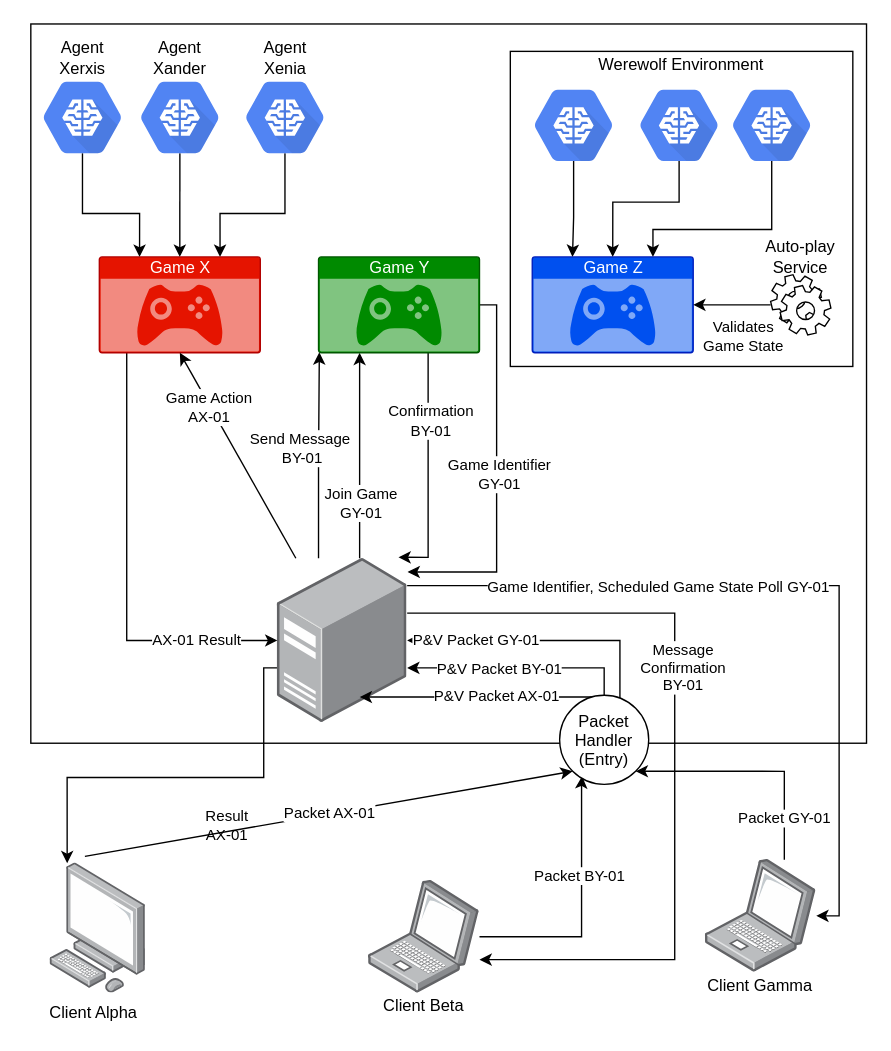
Before: Documentation/Drawio/GeneralArchitecture.drawio in GeorgeVelikov/RLereWolf, a draw.io diagram. Source tidied: cells renumbered, new cells numbered last; positions are measured from the earlier drawing's top-left corner, leaving out a move shared by most shapes. Both pictures are drawn from the tidied source at 137%, with x=0, y=0 at pixel (23, 23).
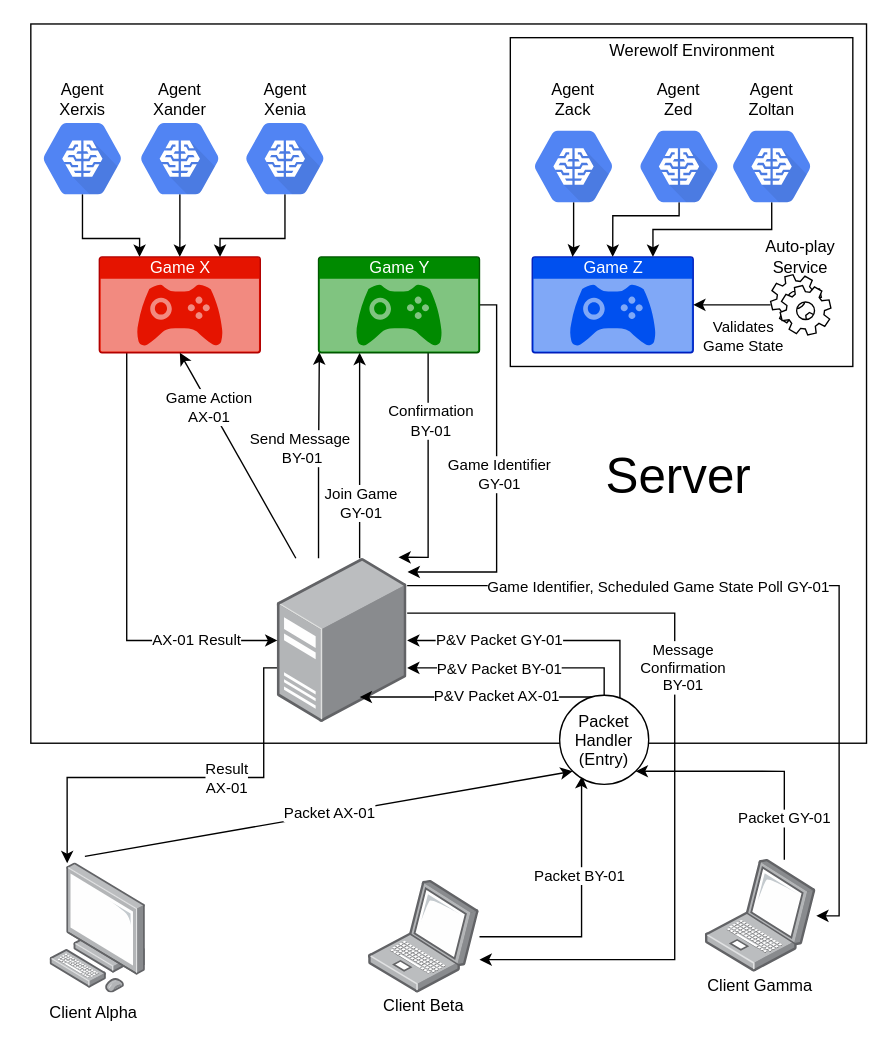
The same diagram, later.

Commit message (it also covers changes not shown here):
add ServerAchitecture, add Pdfs for architectures

Unchanged cells that the change refers to:
```xml
<mxCell id="6" style="edgeStyle=orthogonalEdgeStyle;rounded=0;jettySize=auto;html=1;entryX=0.179;entryY=0;entryDx=0;entryDy=0;entryPerimeter=0;" parent="1" edge="1" source="16" target="17">
  <mxGeometry relative="1" as="geometry">
    <Array as="points">
      <mxPoint x="175" y="470" />
      <mxPoint x="175" y="550" />
      <mxPoint x="31" y="550" />
    </Array>
  </mxGeometry>
</mxCell>
<mxCell id="27" value="Game Z" style="html=1;strokeColor=#001DBC;fillColor=#0050ef;labelPosition=center;verticalLabelPosition=middle;verticalAlign=top;align=center;fontSize=12;outlineConnect=0;spacingTop=-6;shape=mxgraph.sitemap.game;fontColor=#ffffff;" parent="1" vertex="1">
  <mxGeometry x="371" y="170" width="117.5" height="70" as="geometry" />
</mxCell>
<mxCell id="33" style="edgeStyle=orthogonalEdgeStyle;rounded=0;jettySize=auto;html=1;" parent="1" edge="1" source="35" target="16">
  <mxGeometry relative="1" as="geometry">
    <Array as="points">
      <mxPoint x="435" y="522" />
      <mxPoint x="435" y="450" />
    </Array>
  </mxGeometry>
</mxCell>
```

Change to the diagram source:
```diff
@@
     <mxCell id="3" style="rounded=0;whiteSpace=wrap;html=1;align=center;" parent="1" vertex="1">
-      <mxGeometry x="355" y="20" width="250" height="230" as="geometry" />
+      <mxGeometry x="355" y="10" width="250" height="240" as="geometry" />
     </mxCell>
@@
     <mxCell id="7" value="Result&lt;br&gt;AX-01" style="edgeLabel;html=1;align=center;verticalAlign=middle;" parent="6" vertex="1">
       <mxGeometry x="-0.25" y="4" relative="1" as="geometry">
-        <mxPoint x="-6.5" y="30" as="offset" />
+        <mxPoint x="-6.9" y="-4" as="offset" />
       </mxGeometry>
     </mxCell>
@@
     <mxCell id="34" value="P&amp;amp;V Packet GY-01" style="edgeLabel;html=1;align=center;verticalAlign=middle;" parent="33" vertex="1">
-      <mxGeometry x="0.5" y="-1" relative="1" as="geometry" />
+      <mxGeometry x="0.5" y="-1" relative="1" as="geometry">
+        <mxPoint x="17" as="offset" />
+      </mxGeometry>
     </mxCell>
@@
     <mxCell id="37" value="Agent Xerxis" style="text;html=1;strokeColor=none;fillColor=none;align=center;verticalAlign=middle;whiteSpace=wrap;rounded=0;" parent="1" vertex="1">
-      <mxGeometry x="13.7" y="10" width="58" height="30" as="geometry" />
+      <mxGeometry x="13.7" y="40" width="58" height="30" as="geometry" />
     </mxCell>
     <mxCell id="38" value="Agent Xander" style="text;html=1;strokeColor=none;fillColor=none;align=center;verticalAlign=middle;whiteSpace=wrap;rounded=0;" parent="1" vertex="1">
-      <mxGeometry x="84.8" y="10" width="58" height="30" as="geometry" />
+      <mxGeometry x="84.8" y="40" width="58" height="30" as="geometry" />
     </mxCell>
     <mxCell id="39" value="Agent Xenia" style="text;html=1;strokeColor=none;fillColor=none;align=center;verticalAlign=middle;whiteSpace=wrap;rounded=0;" parent="1" vertex="1">
-      <mxGeometry x="161.5" y="10" width="58" height="30" as="geometry" />
+      <mxGeometry x="161.5" y="40" width="58" height="30" as="geometry" />
     </mxCell>
@@
     <mxCell id="44" value="Werewolf Environment" style="text;html=1;strokeColor=none;fillColor=none;align=center;verticalAlign=middle;whiteSpace=wrap;rounded=0;" parent="1" vertex="1">
-      <mxGeometry x="400.9" y="20" width="158.2" height="20" as="geometry" />
+      <mxGeometry x="409" y="10" width="158.2" height="20" as="geometry" />
     </mxCell>
@@
     <mxCell id="49" style="edgeStyle=orthogonalEdgeStyle;rounded=0;jettySize=auto;html=1;exitX=0.5;exitY=0.84;exitDx=0;exitDy=0;exitPerimeter=0;entryX=0.5;entryY=0;entryDx=0;entryDy=0;entryPerimeter=0;" parent="1" edge="1" source="50" target="27">
       <mxGeometry relative="1" as="geometry">
         <Array as="points">
-          <mxPoint x="478" y="130" />
-          <mxPoint x="430" y="130" />
+          <mxPoint x="478" y="140" />
+          <mxPoint x="430" y="140" />
         </Array>
       </mxGeometry>
     </mxCell>
     <mxCell id="50" style="html=1;fillColor=#5184F3;strokeColor=none;verticalAlign=top;labelPosition=center;verticalLabelPosition=bottom;align=center;spacingTop=-6;fontSize=11;fontStyle=1;fontColor=#999999;shape=mxgraph.gcp2.hexIcon;prIcon=cloud_machine_learning;labelBackgroundColor=none;" parent="1" vertex="1">
-      <mxGeometry x="435" y="35.7" width="86.4" height="76.6" as="geometry" />
+      <mxGeometry x="435" y="65.7" width="86.4" height="76.6" as="geometry" />
     </mxCell>
@@
     <mxCell id="52" style="html=1;fillColor=#5184F3;strokeColor=none;verticalAlign=top;labelPosition=center;verticalLabelPosition=bottom;align=center;spacingTop=-6;fontSize=11;fontStyle=1;fontColor=#999999;shape=mxgraph.gcp2.hexIcon;prIcon=cloud_machine_learning;labelBackgroundColor=none;" parent="1" vertex="1">
-      <mxGeometry x="502.6" y="35.7" width="86.4" height="76.6" as="geometry" />
+      <mxGeometry x="502.6" y="65.7" width="86.4" height="76.6" as="geometry" />
     </mxCell>
@@
     <mxCell id="54" style="html=1;fillColor=#5184F3;strokeColor=none;verticalAlign=top;labelPosition=center;verticalLabelPosition=bottom;align=center;spacingTop=-6;fontSize=11;fontStyle=1;fontColor=#999999;shape=mxgraph.gcp2.hexIcon;prIcon=cloud_machine_learning;labelBackgroundColor=none;" parent="1" vertex="1">
-      <mxGeometry x="358" y="35.7" width="86.4" height="76.6" as="geometry" />
+      <mxGeometry x="358" y="65.7" width="86.4" height="76.6" as="geometry" />
     </mxCell>
@@
     <mxCell id="56" style="html=1;fillColor=#5184F3;strokeColor=none;verticalAlign=top;labelPosition=center;verticalLabelPosition=bottom;align=center;spacingTop=-6;fontSize=11;fontStyle=1;fontColor=#999999;shape=mxgraph.gcp2.hexIcon;prIcon=cloud_machine_learning;labelBackgroundColor=none;" parent="1" vertex="1">
-      <mxGeometry x="70.6" y="30" width="86.4" height="76.6" as="geometry" />
+      <mxGeometry x="70.6" y="60" width="86.4" height="76.6" as="geometry" />
     </mxCell>
@@
     <mxCell id="58" style="html=1;fillColor=#5184F3;strokeColor=none;verticalAlign=top;labelPosition=center;verticalLabelPosition=bottom;align=center;spacingTop=-6;fontSize=11;fontStyle=1;fontColor=#999999;shape=mxgraph.gcp2.hexIcon;prIcon=cloud_machine_learning;labelBackgroundColor=none;" parent="1" vertex="1">
-      <mxGeometry x="147.3" y="30" width="86.4" height="76.6" as="geometry" />
+      <mxGeometry x="147.3" y="60" width="86.4" height="76.6" as="geometry" />
     </mxCell>
@@
     <mxCell id="60" style="html=1;fillColor=#5184F3;strokeColor=none;verticalAlign=top;labelPosition=center;verticalLabelPosition=bottom;align=center;spacingTop=-6;fontSize=11;fontStyle=1;fontColor=#999999;shape=mxgraph.gcp2.hexIcon;prIcon=cloud_machine_learning;labelBackgroundColor=none;" parent="1" vertex="1">
-      <mxGeometry x="-0.5" y="30" width="86.4" height="76.6" as="geometry" />
+      <mxGeometry x="-0.5" y="60" width="86.4" height="76.6" as="geometry" />
     </mxCell>
+    <mxCell id="61" value="Agent&lt;br&gt;Zack" style="text;html=1;strokeColor=none;fillColor=none;align=center;verticalAlign=middle;whiteSpace=wrap;rounded=0;" parent="1" vertex="1">
+      <mxGeometry x="372.2" y="40" width="58" height="30" as="geometry" />
+    </mxCell>
+    <mxCell id="62" value="Agent&lt;br&gt;Zed" style="text;html=1;strokeColor=none;fillColor=none;align=center;verticalAlign=middle;whiteSpace=wrap;rounded=0;" parent="1" vertex="1">
+      <mxGeometry x="449.2" y="40" width="58" height="30" as="geometry" />
+    </mxCell>
+    <mxCell id="63" value="Agent Zoltan" style="text;html=1;strokeColor=none;fillColor=none;align=center;verticalAlign=middle;whiteSpace=wrap;rounded=0;" parent="1" vertex="1">
+      <mxGeometry x="516.8" y="40" width="58" height="30" as="geometry" />
+    </mxCell>
+    <mxCell id="64" value="&lt;font style=&quot;font-size: 36px&quot;&gt;Server&lt;/font&gt;" style="text;html=1;strokeColor=none;fillColor=none;align=center;verticalAlign=middle;whiteSpace=wrap;rounded=0;" parent="1" vertex="1">
+      <mxGeometry x="417.2" y="310" width="122" height="40" as="geometry" />
+    </mxCell>
```
